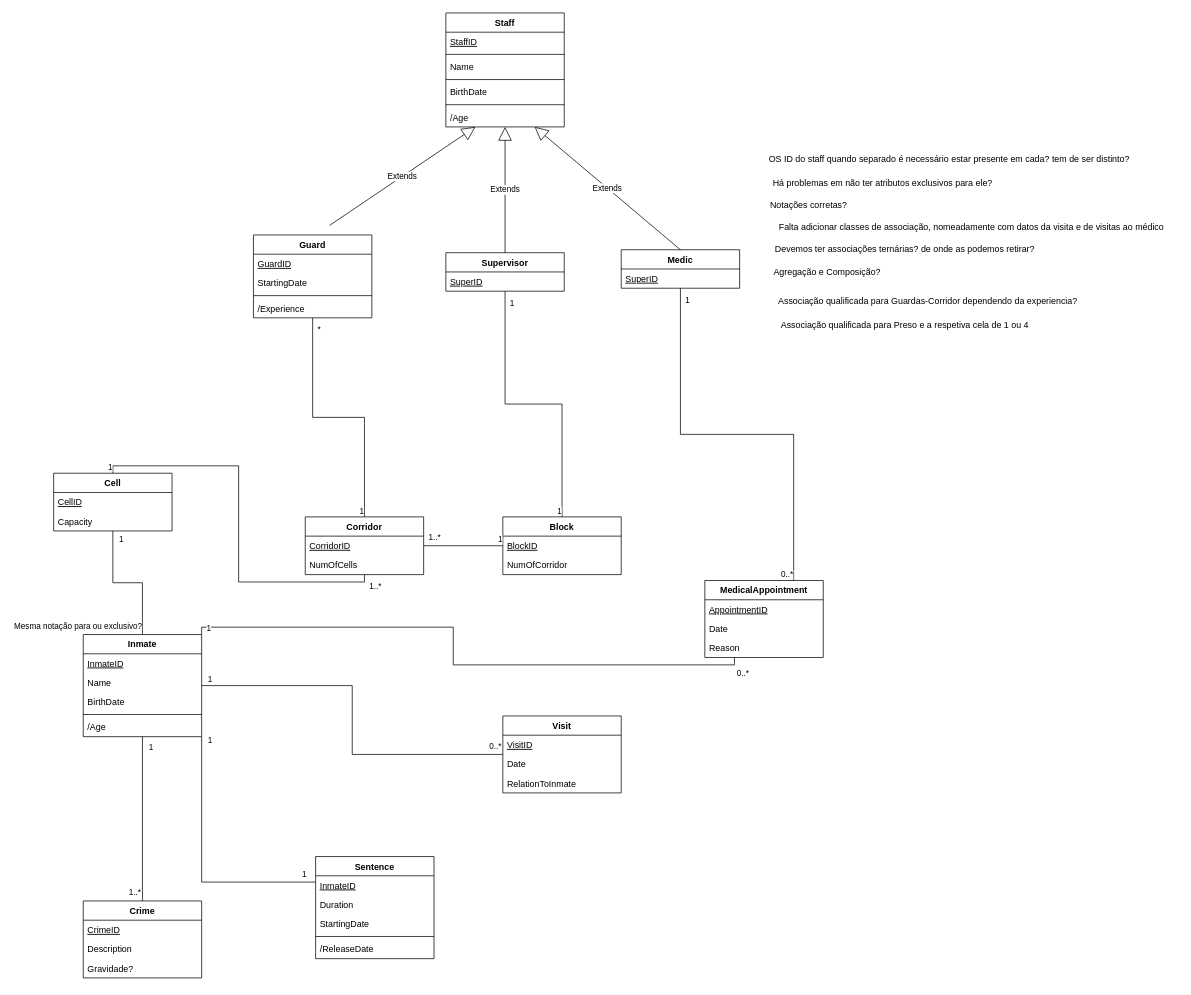
up201706117/BD_PrisonProject keeps this draw.io diagram as Untitled Diagram.drawio. Above is the earlier version. Source tidied: cells renumbered, new cells numbered last; positions are measured from the earlier drawing's top-left corner, leaving out a move shared by most shapes. Both pictures are drawn from the tidied source at 74%, with x=0, y=0 at pixel (53, 13).
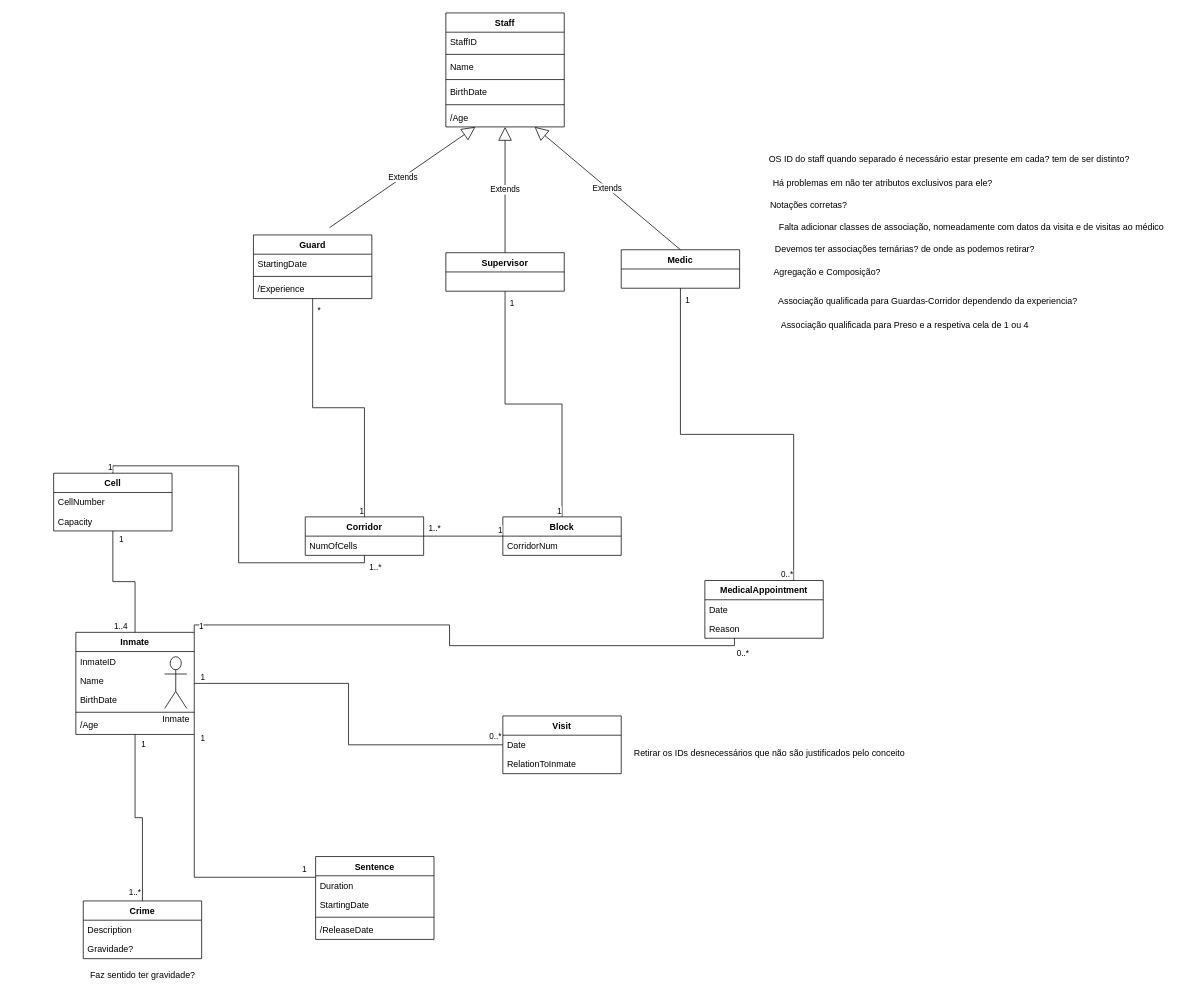
The same diagram, later.

Unchanged cells that the change refers to:
```xml
<mxCell id="23" value="Supervisor" style="swimlane;fontStyle=1;align=center;verticalAlign=top;horizontal=1;startSize=26;" parent="1" vertex="1">
  <mxGeometry x="530" y="324" width="160" height="52" as="geometry" />
</mxCell>
<mxCell id="35" value="Cell" style="swimlane;fontStyle=1;align=center;verticalAlign=top;horizontal=1;startSize=26;" parent="1" vertex="1">
  <mxGeometry y="622" width="160" height="78" as="geometry" />
</mxCell>
<mxCell id="39" value="Staff" style="swimlane;fontStyle=1;align=center;verticalAlign=top;horizontal=1;startSize=26;" parent="1" vertex="1">
  <mxGeometry x="530" width="160" height="154" as="geometry" />
</mxCell>
<mxCell id="47" value="Medic" style="swimlane;fontStyle=1;align=center;verticalAlign=top;horizontal=1;startSize=26;" parent="1" vertex="1">
  <mxGeometry x="767" y="320" width="160" height="52" as="geometry" />
</mxCell>
<mxCell id="77" style="endArrow=none;html=1;edgeStyle=orthogonalEdgeStyle;rounded=0;strokeColor=#000000;exitX=0.5;exitY=0;exitDx=0;exitDy=0;entryX=0.5;entryY=1;entryDx=0;entryDy=0;" parent="1" edge="1" source="17" target="35">
  <mxGeometry relative="1" as="geometry" />
</mxCell>
```

What changed in the source:
```diff
@@
     <mxCell id="2" value="Block" style="swimlane;fontStyle=1;align=center;verticalAlign=top;horizontal=1;startSize=26;" parent="1" vertex="1">
-      <mxGeometry x="607" y="681" width="160" height="78" as="geometry" />
+      <mxGeometry x="607" y="681" width="160" height="52" as="geometry" />
     </mxCell>
-    <mxCell id="3" value="BlockID" style="text;strokeColor=none;fillColor=none;align=left;verticalAlign=top;spacingLeft=4;spacingRight=4;overflow=hidden;fontStyle=4;" parent="2" vertex="1">
-      <mxGeometry y="26" width="160" height="26" as="geometry" />
-    </mxCell>
-    <mxCell id="4" value="NumOfCorridor" style="text;strokeColor=none;fillColor=none;align=left;verticalAlign=top;spacingLeft=4;spacingRight=4;overflow=hidden;fontStyle=0;" parent="2" vertex="1">
-      <mxGeometry y="52" width="160" height="26" as="geometry" />
+    <mxCell id="4" value="CorridorNum" style="text;strokeColor=none;fillColor=none;align=left;verticalAlign=top;spacingLeft=4;spacingRight=4;overflow=hidden;fontStyle=0;" parent="2" vertex="1">
+      <mxGeometry y="26" width="160" height="26" as="geometry" />
     </mxCell>
     <mxCell id="5" value="Corridor" style="swimlane;fontStyle=1;align=center;verticalAlign=top;horizontal=1;startSize=26;" parent="1" vertex="1">
-      <mxGeometry x="340" y="681" width="160" height="78" as="geometry" />
+      <mxGeometry x="340" y="681" width="160" height="52" as="geometry" />
     </mxCell>
-    <mxCell id="6" value="CorridorID" style="text;strokeColor=none;fillColor=none;align=left;verticalAlign=top;spacingLeft=4;spacingRight=4;overflow=hidden;fontStyle=4;" parent="5" vertex="1">
-      <mxGeometry y="26" width="160" height="26" as="geometry" />
-    </mxCell>
     <mxCell id="7" value="NumOfCells" style="text;strokeColor=none;fillColor=none;align=left;verticalAlign=top;spacingLeft=4;spacingRight=4;overflow=hidden;" parent="5" vertex="1">
-      <mxGeometry y="52" width="160" height="26" as="geometry" />
+      <mxGeometry y="26" width="160" height="26" as="geometry" />
     </mxCell>
     <mxCell id="8" value="Guard" style="swimlane;fontStyle=1;align=center;verticalAlign=top;horizontal=1;startSize=26;" parent="1" vertex="1">
-      <mxGeometry x="270" y="300" width="160" height="112" as="geometry" />
+      <mxGeometry x="270" y="300" width="160" height="86" as="geometry" />
     </mxCell>
-    <mxCell id="9" value="GuardID" style="text;strokeColor=none;fillColor=none;align=left;verticalAlign=top;spacingLeft=4;spacingRight=4;overflow=hidden;fontStyle=4;" parent="8" vertex="1">
-      <mxGeometry y="26" width="160" height="26" as="geometry" />
-    </mxCell>
     <mxCell id="10" value="StartingDate" style="text;strokeColor=none;fillColor=none;align=left;verticalAlign=top;spacingLeft=4;spacingRight=4;overflow=hidden;fontStyle=0;" parent="8" vertex="1">
-      <mxGeometry y="52" width="160" height="26" as="geometry" />
+      <mxGeometry y="26" width="160" height="26" as="geometry" />
     </mxCell>
     <mxCell id="11" style="line;strokeWidth=1;fillColor=none;align=left;verticalAlign=middle;spacingTop=-1;spacingLeft=3;spacingRight=3;labelPosition=right;" parent="8" vertex="1">
-      <mxGeometry y="78" width="160" height="8" as="geometry" />
+      <mxGeometry y="52" width="160" height="8" as="geometry" />
     </mxCell>
     <mxCell id="12" value="/Experience" style="text;strokeColor=none;fillColor=none;align=left;verticalAlign=top;spacingLeft=4;spacingRight=4;overflow=hidden;" parent="8" vertex="1">
-      <mxGeometry y="86" width="160" height="26" as="geometry" />
+      <mxGeometry y="60" width="160" height="26" as="geometry" />
     </mxCell>
     <mxCell id="13" value="Visit&#10;" style="swimlane;fontStyle=1;align=center;verticalAlign=top;horizontal=1;startSize=26;" parent="1" vertex="1">
-      <mxGeometry x="607" y="950" width="160" height="104" as="geometry" />
+      <mxGeometry x="607" y="950" width="160" height="78" as="geometry" />
     </mxCell>
-    <mxCell id="14" value="VisitID" style="text;strokeColor=none;fillColor=none;align=left;verticalAlign=top;spacingLeft=4;spacingRight=4;overflow=hidden;fontStyle=4;" parent="13" vertex="1">
-      <mxGeometry y="26" width="160" height="26" as="geometry" />
-    </mxCell>
     <mxCell id="15" value="Date" style="text;strokeColor=none;fillColor=none;align=left;verticalAlign=top;spacingLeft=4;spacingRight=4;overflow=hidden;" parent="13" vertex="1">
-      <mxGeometry y="52" width="160" height="26" as="geometry" />
+      <mxGeometry y="26" width="160" height="26" as="geometry" />
     </mxCell>
     <mxCell id="16" value="RelationToInmate" style="text;strokeColor=none;fillColor=none;align=left;verticalAlign=top;spacingLeft=4;spacingRight=4;overflow=hidden;" parent="13" vertex="1">
-      <mxGeometry y="78" width="160" height="26" as="geometry" />
+      <mxGeometry y="52" width="160" height="26" as="geometry" />
     </mxCell>
     <mxCell id="17" value="Inmate" style="swimlane;fontStyle=1;align=center;verticalAlign=top;horizontal=1;startSize=26;" parent="1" vertex="1">
-      <mxGeometry x="40" y="840" width="160" height="138" as="geometry" />
+      <mxGeometry x="30" y="837" width="160" height="138" as="geometry" />
     </mxCell>
-    <mxCell id="18" value="InmateID" style="text;strokeColor=none;fillColor=none;align=left;verticalAlign=top;spacingLeft=4;spacingRight=4;overflow=hidden;fontStyle=4;" parent="17" vertex="1">
+    <mxCell id="18" value="InmateID" style="text;strokeColor=none;fillColor=none;align=left;verticalAlign=top;spacingLeft=4;spacingRight=4;overflow=hidden;fontStyle=0;" parent="17" vertex="1">
       <mxGeometry y="26" width="160" height="26" as="geometry" />
     </mxCell>
@@
-    <mxCell id="24" value="SuperID" style="text;strokeColor=none;fillColor=none;align=left;verticalAlign=top;spacingLeft=4;spacingRight=4;overflow=hidden;fontStyle=4;" parent="23" vertex="1">
-      <mxGeometry y="26" width="160" height="26" as="geometry" />
-    </mxCell>
     <mxCell id="25" value="Sentence" style="swimlane;fontStyle=1;align=center;verticalAlign=top;horizontal=1;startSize=26;" parent="1" vertex="1">
-      <mxGeometry x="354" y="1140" width="160" height="138" as="geometry" />
+      <mxGeometry x="354" y="1140" width="160" height="112" as="geometry" />
     </mxCell>
-    <mxCell id="26" value="InmateID" style="text;strokeColor=none;fillColor=none;align=left;verticalAlign=top;spacingLeft=4;spacingRight=4;overflow=hidden;fontStyle=4;" parent="25" vertex="1">
-      <mxGeometry y="26" width="160" height="26" as="geometry" />
-    </mxCell>
     <mxCell id="27" value="Duration" style="text;strokeColor=none;fillColor=none;align=left;verticalAlign=top;spacingLeft=4;spacingRight=4;overflow=hidden;fontStyle=0;" parent="25" vertex="1">
-      <mxGeometry y="52" width="160" height="26" as="geometry" />
+      <mxGeometry y="26" width="160" height="26" as="geometry" />
     </mxCell>
     <mxCell id="28" value="StartingDate" style="text;strokeColor=none;fillColor=none;align=left;verticalAlign=top;spacingLeft=4;spacingRight=4;overflow=hidden;fontStyle=0;" parent="25" vertex="1">
-      <mxGeometry y="78" width="160" height="26" as="geometry" />
+      <mxGeometry y="52" width="160" height="26" as="geometry" />
     </mxCell>
     <mxCell id="29" style="line;strokeWidth=1;fillColor=none;align=left;verticalAlign=middle;spacingTop=-1;spacingLeft=3;spacingRight=3;labelPosition=right;" parent="25" vertex="1">
-      <mxGeometry y="104" width="160" height="8" as="geometry" />
+      <mxGeometry y="78" width="160" height="8" as="geometry" />
     </mxCell>
     <mxCell id="30" value="/ReleaseDate" style="text;strokeColor=none;fillColor=none;align=left;verticalAlign=top;spacingLeft=4;spacingRight=4;overflow=hidden;fontStyle=0;" parent="25" vertex="1">
-      <mxGeometry y="112" width="160" height="26" as="geometry" />
+      <mxGeometry y="86" width="160" height="26" as="geometry" />
     </mxCell>
     <mxCell id="31" value="Crime" style="swimlane;fontStyle=1;align=center;verticalAlign=top;horizontal=1;startSize=26;" parent="1" vertex="1">
-      <mxGeometry x="40" y="1200" width="160" height="104" as="geometry" />
+      <mxGeometry x="40" y="1200" width="160" height="78" as="geometry" />
     </mxCell>
-    <mxCell id="32" value="CrimeID" style="text;strokeColor=none;fillColor=none;align=left;verticalAlign=top;spacingLeft=4;spacingRight=4;overflow=hidden;fontStyle=4;" parent="31" vertex="1">
-      <mxGeometry y="26" width="160" height="26" as="geometry" />
-    </mxCell>
     <mxCell id="33" value="Description" style="text;strokeColor=none;fillColor=none;align=left;verticalAlign=top;spacingLeft=4;spacingRight=4;overflow=hidden;fontStyle=0;" parent="31" vertex="1">
-      <mxGeometry y="52" width="160" height="26" as="geometry" />
+      <mxGeometry y="26" width="160" height="26" as="geometry" />
     </mxCell>
     <mxCell id="34" value="Gravidade?" style="text;strokeColor=none;fillColor=none;align=left;verticalAlign=top;spacingLeft=4;spacingRight=4;overflow=hidden;fontStyle=0;" parent="31" vertex="1">
-      <mxGeometry y="78" width="160" height="26" as="geometry" />
+      <mxGeometry y="52" width="160" height="26" as="geometry" />
     </mxCell>
@@
-    <mxCell id="36" value="CellID" style="text;strokeColor=none;fillColor=none;align=left;verticalAlign=top;spacingLeft=4;spacingRight=4;overflow=hidden;fontStyle=4;" parent="35" vertex="1">
+    <mxCell id="36" value="CellNumber" style="text;strokeColor=none;fillColor=none;align=left;verticalAlign=top;spacingLeft=4;spacingRight=4;overflow=hidden;fontStyle=0;" parent="35" vertex="1">
       <mxGeometry y="26" width="160" height="26" as="geometry" />
     </mxCell>
@@
-    <mxCell id="40" value="StaffID" style="text;strokeColor=none;fillColor=none;align=left;verticalAlign=top;spacingLeft=4;spacingRight=4;overflow=hidden;fontStyle=4;" parent="39" vertex="1">
+    <mxCell id="40" value="StaffID" style="text;strokeColor=none;fillColor=none;align=left;verticalAlign=top;spacingLeft=4;spacingRight=4;overflow=hidden;fontStyle=0;" parent="39" vertex="1">
       <mxGeometry y="26" width="160" height="26" as="geometry" />
     </mxCell>
@@
-    <mxCell id="48" value="SuperID" style="text;strokeColor=none;fillColor=none;align=left;verticalAlign=top;spacingLeft=4;spacingRight=4;overflow=hidden;fontStyle=4;" parent="47" vertex="1">
-      <mxGeometry y="26" width="160" height="26" as="geometry" />
-    </mxCell>
@@
     <mxCell id="57" value="MedicalAppointment" style="swimlane;fontStyle=1;align=center;verticalAlign=top;horizontal=1;startSize=26;" parent="1" vertex="1">
-      <mxGeometry x="880" y="767" width="160" height="104" as="geometry" />
+      <mxGeometry x="880" y="767" width="160" height="78" as="geometry" />
     </mxCell>
-    <mxCell id="58" value="AppointmentID" style="text;strokeColor=none;fillColor=none;align=left;verticalAlign=top;spacingLeft=4;spacingRight=4;overflow=hidden;fontStyle=4;" parent="57" vertex="1">
-      <mxGeometry y="26" width="160" height="26" as="geometry" />
-    </mxCell>
     <mxCell id="59" value="Date" style="text;strokeColor=none;fillColor=none;align=left;verticalAlign=top;spacingLeft=4;spacingRight=4;overflow=hidden;" parent="57" vertex="1">
-      <mxGeometry y="52" width="160" height="26" as="geometry" />
+      <mxGeometry y="26" width="160" height="26" as="geometry" />
     </mxCell>
     <mxCell id="60" value="Reason" style="text;strokeColor=none;fillColor=none;align=left;verticalAlign=top;spacingLeft=4;spacingRight=4;overflow=hidden;" parent="57" vertex="1">
-      <mxGeometry y="78" width="160" height="26" as="geometry" />
+      <mxGeometry y="52" width="160" height="26" as="geometry" />
     </mxCell>
@@
-    <mxCell id="78" value="Mesma notação para ou exclusivo?" style="edgeLabel;html=1;align=left;verticalAlign=bottom;strokeColor=#000000;" parent="77" vertex="1">
+    <mxCell id="78" value="1..4" style="edgeLabel;html=1;align=left;verticalAlign=bottom;strokeColor=#000000;" parent="77" vertex="1">
       <mxGeometry x="-1" relative="1" as="geometry">
-        <mxPoint x="-175" y="-3" as="offset" />
+        <mxPoint x="-30" as="offset" />
       </mxGeometry>
     </mxCell>
@@
+    <mxCell id="93" value="&lt;div&gt;Inmate&lt;/div&gt;&lt;div&gt;&lt;br&gt;&lt;/div&gt;" style="shape=umlActor;verticalLabelPosition=bottom;verticalAlign=top;html=1;" parent="1" vertex="1">
+      <mxGeometry x="150" y="870" width="30" height="70" as="geometry" />
+    </mxCell>
+    <mxCell id="94" value="Retirar os IDs desnecessários que não são justificados pelo conceito" style="text;html=1;align=center;verticalAlign=middle;strokeColor=none;fillColor=none;" parent="1" vertex="1">
+      <mxGeometry x="767" y="990" width="400" height="20" as="geometry" />
+    </mxCell>
+    <mxCell id="95" value="&lt;div&gt;Faz sentido ter gravidade?&lt;/div&gt;" style="text;html=1;align=center;verticalAlign=middle;strokeColor=none;fillColor=none;" parent="1" vertex="1">
+      <mxGeometry x="40" y="1290" width="160" height="20" as="geometry" />
+    </mxCell>
```
